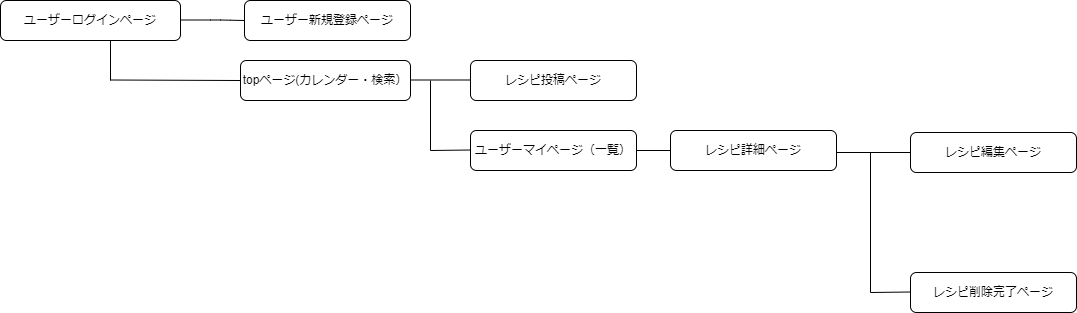
akina0302/MyRecipe keeps this draw.io diagram as 画面遷移図.drawio.png. Above is the earlier version. Source tidied: cells renumbered, new cells last; positions are measured from the earlier drawing's top-left corner, leaving out a move shared by most shapes.
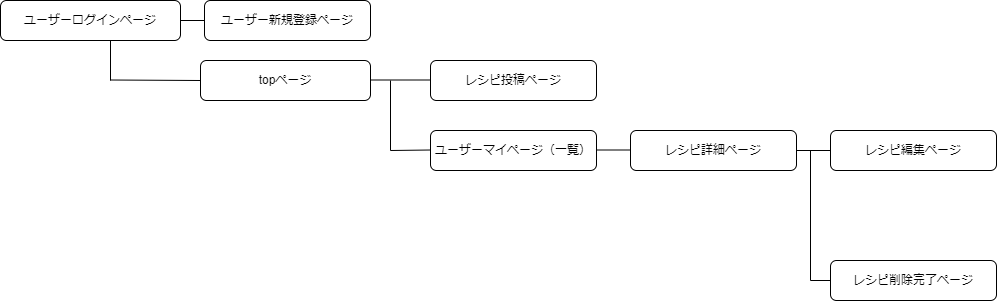
After the change.

Change to the diagram source:
```diff
@@ -3,7 +3,7 @@
     <mxCell id="0" />
     <mxCell id="1" parent="0" />
     <mxCell id="2" value="ユーザーログインページ" style="rounded=1;whiteSpace=wrap;html=1;" parent="1" vertex="1">
-      <mxGeometry width="180" height="40" as="geometry" />
+      <mxGeometry x="40" width="180" height="40" as="geometry" />
     </mxCell>
     <mxCell id="3" value="ユーザー新規登録ページ" style="rounded=1;whiteSpace=wrap;html=1;" parent="1" vertex="1">
       <mxGeometry x="244" width="166" height="40" as="geometry" />
@@ -11,35 +11,30 @@
     <mxCell id="4" value="レシピ投稿ページ" style="rounded=1;whiteSpace=wrap;html=1;" parent="1" vertex="1">
       <mxGeometry x="470" y="60" width="166" height="40" as="geometry" />
     </mxCell>
-    <mxCell id="5" style="endArrow=none;html=1;entryX=0;entryY=0.5;entryDx=0;entryDy=0;" parent="1" edge="1" target="3">
-      <mxGeometry relative="1" as="geometry">
-        <mxPoint x="180" y="19.5" as="sourcePoint" />
-        <Array as="points">
-          <mxPoint x="220" y="19.5" />
-        </Array>
-      </mxGeometry>
+    <mxCell id="5" style="endArrow=none;html=1;entryX=0;entryY=0.5;entryDx=0;entryDy=0;exitX=1;exitY=0.5;exitDx=0;exitDy=0;" parent="1" edge="1" source="2" target="3">
+      <mxGeometry relative="1" as="geometry" />
     </mxCell>
     <mxCell id="6" style="endArrow=none;html=1;" parent="1" edge="1">
       <mxGeometry relative="1" as="geometry">
-        <mxPoint x="110" y="80" as="sourcePoint" />
-        <mxPoint x="110" y="40" as="targetPoint" />
+        <mxPoint x="150" y="80" as="sourcePoint" />
+        <mxPoint x="150" y="40" as="targetPoint" />
       </mxGeometry>
     </mxCell>
     <mxCell id="7" value="&lt;div&gt;&lt;br&gt;&lt;/div&gt;&lt;div&gt;ユーザーマイページ（一覧）&lt;/div&gt;&lt;div&gt;&lt;br&gt;&lt;/div&gt;" style="rounded=1;whiteSpace=wrap;html=1;" parent="1" vertex="1">
       <mxGeometry x="470" y="130" width="166" height="40" as="geometry" />
     </mxCell>
     <mxCell id="8" value="レシピ削除完了ページ" style="rounded=1;whiteSpace=wrap;html=1;" parent="1" vertex="1">
-      <mxGeometry x="910" y="272" width="166" height="40" as="geometry" />
+      <mxGeometry x="870" y="260" width="166" height="40" as="geometry" />
     </mxCell>
     <mxCell id="9" value="レシピ編集ページ" style="rounded=1;whiteSpace=wrap;html=1;" parent="1" vertex="1">
-      <mxGeometry x="910" y="132" width="166" height="40" as="geometry" />
+      <mxGeometry x="870" y="130" width="166" height="40" as="geometry" />
     </mxCell>
-    <mxCell id="10" value="&lt;div&gt;topページ(カレンダー・検索）&lt;/div&gt;" style="rounded=1;whiteSpace=wrap;html=1;" parent="1" vertex="1">
+    <mxCell id="10" value="&lt;div&gt;topページ&lt;/div&gt;" style="rounded=1;whiteSpace=wrap;html=1;" parent="1" vertex="1">
       <mxGeometry x="240" y="60" width="170" height="40" as="geometry" />
     </mxCell>
     <mxCell id="11" style="endArrow=none;html=1;entryX=0;entryY=0.5;entryDx=0;entryDy=0;" parent="1" edge="1" target="10">
       <mxGeometry relative="1" as="geometry">
-        <mxPoint x="110" y="79.5" as="sourcePoint" />
+        <mxPoint x="150" y="79.5" as="sourcePoint" />
       </mxGeometry>
     </mxCell>
     <mxCell id="12" style="endArrow=none;html=1;" parent="1" edge="1">
@@ -63,28 +58,28 @@
     <mxCell id="15" value="レシピ詳細ページ" style="rounded=1;whiteSpace=wrap;html=1;" parent="1" vertex="1">
       <mxGeometry x="670" y="130" width="166" height="40" as="geometry" />
     </mxCell>
-    <mxCell id="16" style="endArrow=none;html=1;entryX=0;entryY=0.5;entryDx=0;entryDy=0;" parent="1" edge="1" target="9">
-      <mxGeometry relative="1" as="geometry">
-        <mxPoint x="836" y="152" as="sourcePoint" />
-      </mxGeometry>
-    </mxCell>
     <mxCell id="17" style="endArrow=none;html=1;" parent="1" edge="1">
       <mxGeometry relative="1" as="geometry">
-        <mxPoint x="870" y="292" as="sourcePoint" />
-        <mxPoint x="910" y="291.5" as="targetPoint" />
+        <mxPoint x="850" y="280" as="sourcePoint" />
+        <mxPoint x="870" y="280" as="targetPoint" />
       </mxGeometry>
     </mxCell>
     <mxCell id="18" style="endArrow=none;html=1;" parent="1" edge="1">
       <mxGeometry relative="1" as="geometry">
-        <mxPoint x="870" y="292" as="sourcePoint" />
-        <mxPoint x="870" y="152" as="targetPoint" />
+        <mxPoint x="850" y="280" as="sourcePoint" />
+        <mxPoint x="850" y="150" as="targetPoint" />
       </mxGeometry>
     </mxCell>
     <mxCell id="19" style="endArrow=none;html=1;" parent="1" edge="1">
       <mxGeometry relative="1" as="geometry">
-        <mxPoint x="636" y="150" as="sourcePoint" />
-        <mxPoint x="670" y="150" as="targetPoint" />
+        <mxPoint x="636" y="149.5" as="sourcePoint" />
+        <mxPoint x="670" y="149.5" as="targetPoint" />
       </mxGeometry>
     </mxCell>
+    <mxCell id="20" style="endArrow=none;html=1;rounded=0;entryX=0;entryY=0.5;entryDx=0;entryDy=0;" parent="1" edge="1" target="9">
+      <mxGeometry relative="1" as="geometry">
+        <mxPoint x="836" y="150" as="sourcePoint" />
+      </mxGeometry>
+    </mxCell>
   </root>
 </mxGraphModel>
```
